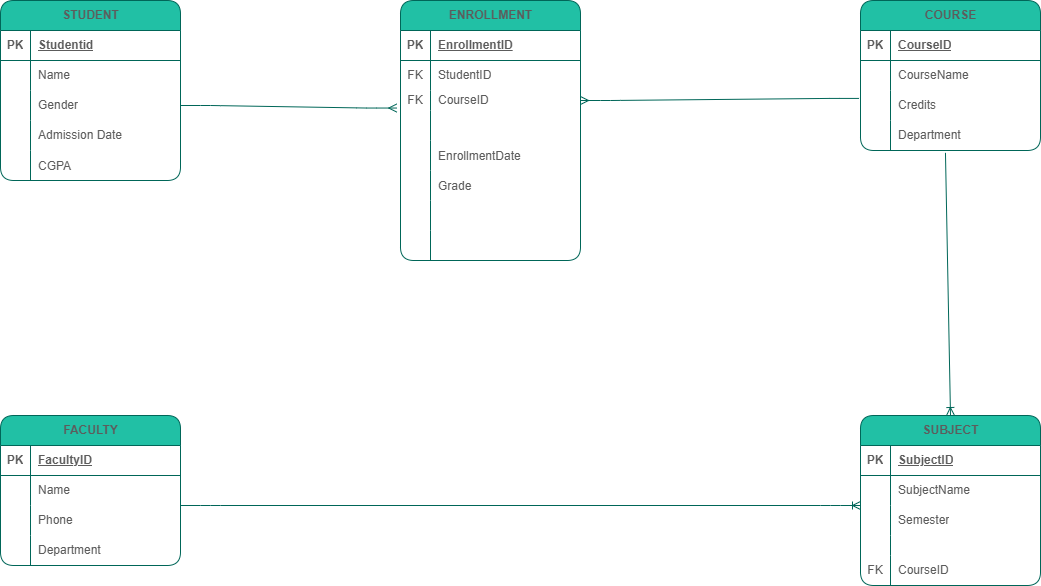
Above: EERD DIAGRAM/project dbs.png in f25605312-Abd/Database-PBL- (draw.io), before the change. Source tidied: cells renumbered, new cells last; positions are measured from the earlier drawing's top-left corner, leaving out a move shared by most shapes.
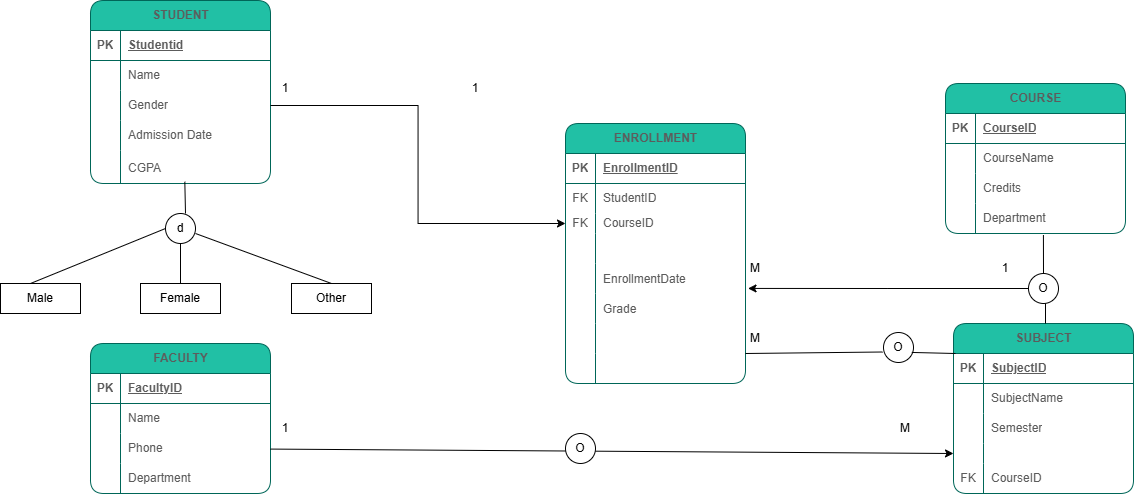
After the commit.

What changed in the source:
```diff
@@ -3,7 +3,7 @@
     <mxCell id="0" />
     <mxCell id="1" parent="0" />
     <mxCell id="2" value="STUDENT" style="shape=table;startSize=30;rowLines=0;fontStyle=1;align=center;html=1;labelBackgroundColor=none;fillColor=#21C0A5;strokeColor=#006658;fontColor=#5C5C5C;rounded=1;" parent="1" vertex="1">
-      <mxGeometry width="180" height="180" as="geometry" />
+      <mxGeometry width="180" height="183" as="geometry" />
     </mxCell>
     <mxCell id="3" style="shape=tableRow;horizontal=0;startSize=0;swimlaneHead=0;swimlaneBody=0;fillColor=none;top=0;left=0;right=0;bottom=1;labelBackgroundColor=none;strokeColor=#006658;fontColor=#5C5C5C;rounded=1;" parent="2" vertex="1">
       <mxGeometry y="30" width="180" height="30" as="geometry" />
@@ -42,16 +42,16 @@
       <mxGeometry x="30" width="150" height="30" as="geometry" />
     </mxCell>
     <mxCell id="15" style="shape=tableRow;horizontal=0;startSize=0;swimlaneHead=0;swimlaneBody=0;fillColor=none;points=[[0,0.5],[1,0.5]];portConstraint=eastwest;top=0;left=0;right=0;bottom=0;labelBackgroundColor=none;strokeColor=#006658;fontColor=#5C5C5C;rounded=1;" parent="2" vertex="1">
-      <mxGeometry y="150" width="180" height="30" as="geometry" />
+      <mxGeometry y="150" width="180" height="33" as="geometry" />
     </mxCell>
     <mxCell id="16" style="shape=partialRectangle;fillColor=none;top=0;left=0;bottom=0;right=0;overflow=hidden;labelBackgroundColor=none;strokeColor=#006658;fontColor=#5C5C5C;rounded=1;" parent="15" vertex="1">
-      <mxGeometry width="30" height="30" as="geometry" />
+      <mxGeometry width="30" height="33" as="geometry" />
     </mxCell>
     <mxCell id="17" value="CGPA" style="shape=partialRectangle;fillColor=none;top=0;left=0;bottom=0;right=0;align=left;spacingLeft=6;overflow=hidden;labelBackgroundColor=none;strokeColor=#006658;fontColor=#5C5C5C;rounded=1;" parent="15" vertex="1">
-      <mxGeometry x="30" width="150" height="30" as="geometry" />
+      <mxGeometry x="30" width="150" height="33" as="geometry" />
     </mxCell>
     <mxCell id="18" value="COURSE" style="shape=table;startSize=30;rowLines=0;fontStyle=1;align=center;html=1;labelBackgroundColor=none;fillColor=#21C0A5;strokeColor=#006658;fontColor=#5C5C5C;rounded=1;" parent="1" vertex="1">
-      <mxGeometry x="860" width="180" height="150" as="geometry" />
+      <mxGeometry x="855" y="83" width="180" height="150" as="geometry" />
     </mxCell>
     <mxCell id="19" style="shape=tableRow;horizontal=0;startSize=0;swimlaneHead=0;swimlaneBody=0;fillColor=none;top=0;left=0;right=0;bottom=1;labelBackgroundColor=none;strokeColor=#006658;fontColor=#5C5C5C;rounded=1;" parent="18" vertex="1">
       <mxGeometry y="30" width="180" height="30" as="geometry" />
@@ -90,7 +90,7 @@
       <mxGeometry x="30" width="150" height="30" as="geometry" />
     </mxCell>
     <mxCell id="31" value="SUBJECT" style="shape=table;startSize=30;rowLines=0;fontStyle=1;align=center;html=1;labelBackgroundColor=none;fillColor=#21C0A5;strokeColor=#006658;fontColor=#5C5C5C;rounded=1;" parent="1" vertex="1">
-      <mxGeometry x="860" y="415" width="180" height="170" as="geometry" />
+      <mxGeometry x="863" y="323" width="180" height="170" as="geometry" />
     </mxCell>
     <mxCell id="32" style="shape=tableRow;horizontal=0;startSize=0;swimlaneHead=0;swimlaneBody=0;fillColor=none;points=[[0,0.5],[1,0.5]];portConstraint=eastwest;top=0;left=0;right=0;bottom=1;labelBackgroundColor=none;strokeColor=#006658;fontColor=#5C5C5C;rounded=1;" parent="31" vertex="1">
       <mxGeometry y="30" width="180" height="30" as="geometry" />
@@ -138,7 +138,7 @@
       <mxGeometry x="30" width="150" height="30" as="geometry" />
     </mxCell>
     <mxCell id="47" value="FACULTY" style="shape=table;startSize=30;rowLines=0;fontStyle=1;align=center;html=1;labelBackgroundColor=none;fillColor=#21C0A5;strokeColor=#006658;fontColor=#5C5C5C;rounded=1;" parent="1" vertex="1">
-      <mxGeometry y="415" width="180" height="150" as="geometry" />
+      <mxGeometry y="343" width="180" height="150" as="geometry" />
     </mxCell>
     <mxCell id="48" style="shape=tableRow;horizontal=0;startSize=0;swimlaneHead=0;swimlaneBody=0;fillColor=none;top=0;left=0;right=0;bottom=1;labelBackgroundColor=none;strokeColor=#006658;fontColor=#5C5C5C;rounded=1;" parent="47" vertex="1">
       <mxGeometry y="30" width="180" height="30" as="geometry" />
@@ -177,7 +177,7 @@
       <mxGeometry x="30" width="150" height="30" as="geometry" />
     </mxCell>
     <mxCell id="60" value="ENROLLMENT" style="shape=table;startSize=30;rowLines=0;fontStyle=1;align=center;html=1;labelBackgroundColor=none;fillColor=#21C0A5;strokeColor=#006658;fontColor=#5C5C5C;rounded=1;" parent="1" vertex="1">
-      <mxGeometry x="400" width="180" height="260" as="geometry" />
+      <mxGeometry x="475" y="123" width="180" height="260" as="geometry" />
     </mxCell>
     <mxCell id="61" style="shape=tableRow;horizontal=0;startSize=0;swimlaneHead=0;swimlaneBody=0;fillColor=none;top=0;left=0;right=0;bottom=1;labelBackgroundColor=none;strokeColor=#006658;fontColor=#5C5C5C;rounded=1;" parent="60" vertex="1">
       <mxGeometry y="30" width="180" height="30" as="geometry" />
@@ -251,21 +251,94 @@
     <mxCell id="84" style="shape=partialRectangle;fillColor=none;top=0;left=0;bottom=0;right=0;align=left;spacingLeft=6;overflow=hidden;whiteSpace=wrap;html=1;labelBackgroundColor=none;strokeColor=#006658;fontColor=#5C5C5C;rounded=1;" parent="82" vertex="1">
       <mxGeometry x="30" width="150" height="30" as="geometry" />
     </mxCell>
-    <mxCell id="85" style="edgeStyle=entityRelationEdgeStyle;fontSize=12;html=1;endArrow=ERmany;rounded=1;entryX=-0.021;entryY=0.877;entryDx=0;entryDy=0;entryPerimeter=0;labelBackgroundColor=none;strokeColor=#006658;fontColor=default;" parent="1" edge="1" target="67">
-      <mxGeometry relative="1" as="geometry">
-        <mxPoint x="180" y="105" as="sourcePoint" />
-      </mxGeometry>
-    </mxCell>
-    <mxCell id="86" style="edgeStyle=entityRelationEdgeStyle;fontSize=12;html=1;endArrow=ERmany;rounded=1;entryX=1;entryY=0.5;entryDx=0;entryDy=0;exitX=-0.008;exitY=0.264;exitDx=0;exitDy=0;exitPerimeter=0;labelBackgroundColor=none;strokeColor=#006658;fontColor=default;" parent="1" edge="1" source="25" target="67">
-      <mxGeometry relative="1" as="geometry" />
-    </mxCell>
-    <mxCell id="87" style="fontSize=12;html=1;endArrow=ERoneToMany;rounded=1;entryX=0.5;entryY=0;entryDx=0;entryDy=0;exitX=0.472;exitY=1.078;exitDx=0;exitDy=0;exitPerimeter=0;labelBackgroundColor=none;strokeColor=#006658;fontColor=default;" parent="1" edge="1" source="28" target="31">
-      <mxGeometry relative="1" as="geometry" />
-    </mxCell>
-    <mxCell id="88" style="edgeStyle=entityRelationEdgeStyle;fontSize=12;html=1;endArrow=ERoneToMany;rounded=1;entryX=0;entryY=0;entryDx=0;entryDy=0;entryPerimeter=0;labelBackgroundColor=none;strokeColor=#006658;fontColor=default;" parent="1" edge="1" target="38">
-      <mxGeometry relative="1" as="geometry">
-        <mxPoint x="180" y="505" as="sourcePoint" />
-      </mxGeometry>
-    </mxCell>
+    <mxCell id="89" value="d" style="ellipse;whiteSpace=wrap;html=1;" parent="1" vertex="1">
+      <mxGeometry x="75" y="213" width="30" height="30" as="geometry" />
+    </mxCell>
+    <mxCell id="90" style="endArrow=none;html=1;rounded=0;entryX=0.524;entryY=0.947;entryDx=0;entryDy=0;entryPerimeter=0;" parent="1" edge="1" target="15">
+      <mxGeometry relative="1" as="geometry">
+        <mxPoint x="95" y="213" as="sourcePoint" />
+      </mxGeometry>
+    </mxCell>
+    <mxCell id="91" value="Male" style="rounded=0;whiteSpace=wrap;html=1;" parent="1" vertex="1">
+      <mxGeometry x="-90" y="283" width="80" height="30" as="geometry" />
+    </mxCell>
+    <mxCell id="92" value="Female" style="rounded=0;whiteSpace=wrap;html=1;" parent="1" vertex="1">
+      <mxGeometry x="50" y="283" width="80" height="30" as="geometry" />
+    </mxCell>
+    <mxCell id="93" value="Other" style="rounded=0;whiteSpace=wrap;html=1;" parent="1" vertex="1">
+      <mxGeometry x="201" y="283" width="80" height="30" as="geometry" />
+    </mxCell>
+    <mxCell id="94" style="endArrow=none;html=1;rounded=0;entryX=0;entryY=0.5;entryDx=0;entryDy=0;" parent="1" edge="1" target="89">
+      <mxGeometry relative="1" as="geometry">
+        <mxPoint x="-60" y="283" as="sourcePoint" />
+      </mxGeometry>
+    </mxCell>
+    <mxCell id="95" style="endArrow=none;html=1;rounded=0;entryX=0.5;entryY=1;entryDx=0;entryDy=0;exitX=0.5;exitY=0;exitDx=0;exitDy=0;" parent="1" edge="1" source="92" target="89">
+      <mxGeometry relative="1" as="geometry" />
+    </mxCell>
+    <mxCell id="96" style="endArrow=none;html=1;rounded=0;entryX=0.5;entryY=0;entryDx=0;entryDy=0;" parent="1" edge="1" target="93">
+      <mxGeometry relative="1" as="geometry">
+        <mxPoint x="105" y="233" as="sourcePoint" />
+      </mxGeometry>
+    </mxCell>
+    <mxCell id="97" style="rounded=0;jettySize=auto;html=1;entryX=0;entryY=0.5;entryDx=0;entryDy=0;edgeStyle=orthogonalEdgeStyle;" parent="1" edge="1" source="9" target="67">
+      <mxGeometry relative="1" as="geometry" />
+    </mxCell>
+    <mxCell id="98" value="1" style="text;html=1;whiteSpace=wrap;strokeColor=none;fillColor=none;align=center;verticalAlign=middle;rounded=0;" parent="1" vertex="1">
+      <mxGeometry x="165" y="73" width="60" height="30" as="geometry" />
+    </mxCell>
+    <mxCell id="99" value="1" style="text;html=1;whiteSpace=wrap;strokeColor=none;fillColor=none;align=center;verticalAlign=middle;rounded=0;" parent="1" vertex="1">
+      <mxGeometry x="355" y="73" width="60" height="30" as="geometry" />
+    </mxCell>
+    <mxCell id="100" value="O" style="ellipse;whiteSpace=wrap;html=1;" parent="1" vertex="1">
+      <mxGeometry x="938" y="273" width="30" height="30" as="geometry" />
+    </mxCell>
+    <mxCell id="101" style="endArrow=none;html=1;rounded=0;" parent="1" edge="1">
+      <mxGeometry relative="1" as="geometry">
+        <mxPoint x="955" y="323" as="sourcePoint" />
+        <mxPoint x="955" y="303" as="targetPoint" />
+      </mxGeometry>
+    </mxCell>
+    <mxCell id="102" style="endArrow=none;html=1;rounded=0;exitX=0.5;exitY=0;exitDx=0;exitDy=0;entryX=0.544;entryY=1.053;entryDx=0;entryDy=0;entryPerimeter=0;" parent="1" edge="1" source="100" target="28">
+      <mxGeometry relative="1" as="geometry" />
+    </mxCell>
+    <mxCell id="103" style="edgeStyle=orthogonalEdgeStyle;rounded=0;jettySize=auto;html=1;entryX=1.014;entryY=0.831;entryDx=0;entryDy=0;entryPerimeter=0;" parent="1" edge="1" source="100" target="73">
+      <mxGeometry relative="1" as="geometry" />
+    </mxCell>
+    <mxCell id="104" value="M" style="text;html=1;whiteSpace=wrap;strokeColor=none;fillColor=none;align=center;verticalAlign=middle;rounded=0;" parent="1" vertex="1">
+      <mxGeometry x="635" y="253" width="60" height="30" as="geometry" />
+    </mxCell>
+    <mxCell id="105" value="1" style="text;html=1;whiteSpace=wrap;strokeColor=none;fillColor=none;align=center;verticalAlign=middle;rounded=0;" parent="1" vertex="1">
+      <mxGeometry x="885" y="253" width="60" height="30" as="geometry" />
+    </mxCell>
+    <mxCell id="106" value="O" style="ellipse;whiteSpace=wrap;html=1;" parent="1" vertex="1">
+      <mxGeometry x="793" y="332" width="30" height="30" as="geometry" />
+    </mxCell>
+    <mxCell id="107" style="endArrow=none;html=1;rounded=0;entryX=0.011;entryY=0;entryDx=0;entryDy=0;entryPerimeter=0;exitX=0.942;exitY=0.665;exitDx=0;exitDy=0;exitPerimeter=0;" parent="1" edge="1" source="106" target="32">
+      <mxGeometry relative="1" as="geometry" />
+    </mxCell>
+    <mxCell id="108" style="edgeStyle=orthogonalEdgeStyle;rounded=0;orthogonalLoop=1;jettySize=auto;html=1;exitX=0.5;exitY=1;exitDx=0;exitDy=0;" parent="1" edge="1" source="106" target="106">
+      <mxGeometry relative="1" as="geometry" />
+    </mxCell>
+    <mxCell id="109" style="endArrow=none;html=1;rounded=0;entryX=-0.032;entryY=0.65;entryDx=0;entryDy=0;entryPerimeter=0;" parent="1" edge="1" target="106">
+      <mxGeometry relative="1" as="geometry">
+        <mxPoint x="655" y="353" as="sourcePoint" />
+      </mxGeometry>
+    </mxCell>
+    <mxCell id="110" value="M" style="text;html=1;whiteSpace=wrap;strokeColor=none;fillColor=none;align=center;verticalAlign=middle;rounded=0;" parent="1" vertex="1">
+      <mxGeometry x="635" y="323" width="60" height="30" as="geometry" />
+    </mxCell>
+    <mxCell id="111" style="rounded=0;jettySize=auto;html=1;entryX=0;entryY=0.5;entryDx=0;entryDy=0;" parent="1" edge="1" source="54" target="41">
+      <mxGeometry relative="1" as="geometry" />
+    </mxCell>
+    <mxCell id="112" value="O" style="ellipse;whiteSpace=wrap;html=1;" parent="1" vertex="1">
+      <mxGeometry x="475" y="433" width="30" height="30" as="geometry" />
+    </mxCell>
+    <mxCell id="113" value="1" style="text;html=1;whiteSpace=wrap;strokeColor=none;fillColor=none;align=center;verticalAlign=middle;rounded=0;" parent="1" vertex="1">
+      <mxGeometry x="165" y="413" width="60" height="30" as="geometry" />
+    </mxCell>
+    <mxCell id="114" value="M" style="text;html=1;whiteSpace=wrap;strokeColor=none;fillColor=none;align=center;verticalAlign=middle;rounded=0;" parent="1" vertex="1">
+      <mxGeometry x="785" y="413" width="60" height="30" as="geometry" />
+    </mxCell>
   </root>
 </mxGraphModel>
```
